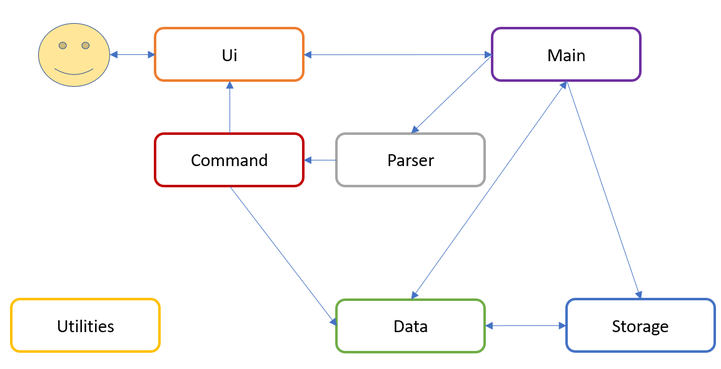
This is docs/images/architecture.png from xieyaoyue/tp, a PlantUML export, as it was before one commit. Its source is kept beside it as src/uml/Architecture.puml. Its diagram source:
```plantuml
@startuml
 :User: as user        #tan
user<-->(ui)
(main)-up->(ui)
(main)-up->(command)
(main)-right->(data)
(main)-left->(parser)
(main)-->(storage)
(command)-right->(ui)

@enduml
```
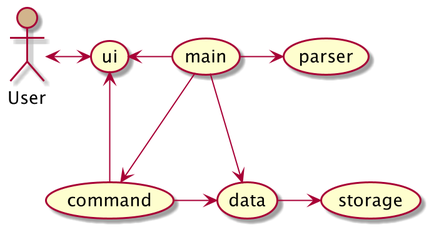
The same file after the commit.

Commit message:
Update UML for architecture, repayment, spending lists

The edit, as a diff of the source:
```diff
@@ -1,11 +1,12 @@
 @startuml
  :User: as user        #tan
-user<-->(ui)
-(main)-up->(ui)
-(main)-up->(command)
-(main)-right->(data)
-(main)-left->(parser)
-(main)-->(storage)
-(command)-right->(ui)
+user<-right->(ui)
+(main)-left->(ui)
+(main)-->(command)
+(command)-right->(data)
+(main)-->(data)
+(main)-right->(parser)
+(data)-right->(storage)
+(command)-->(ui)
 
 @enduml
```
